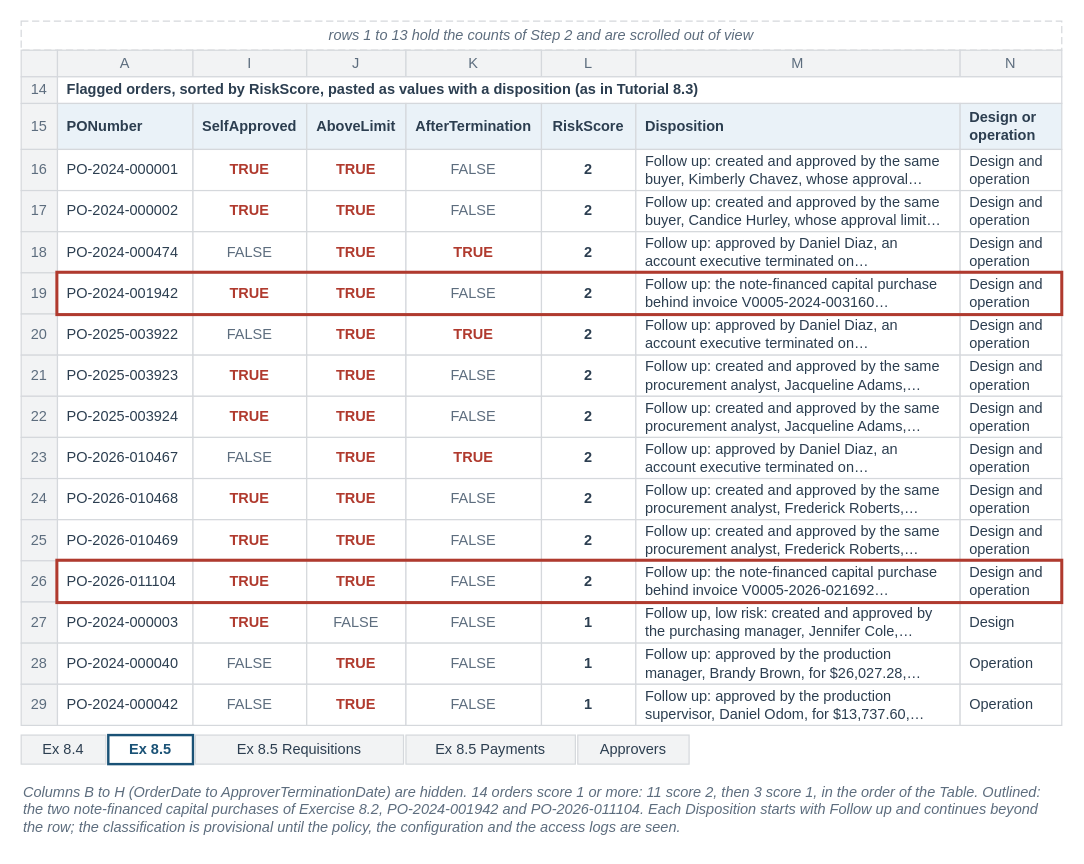
Before: facts/instructor/figures/chapter-08-audit-analytics/IF-08-5-B.drawio in mmcodesso/Accounting_Analytics_Book, a draw.io diagram. Source tidied: cells renumbered, new cells numbered last; positions are measured from the earlier drawing's top-left corner, leaving out a move shared by most shapes. Both pictures are drawn from the tidied source at 121%, with x=0, y=0 at pixel (21, 21).
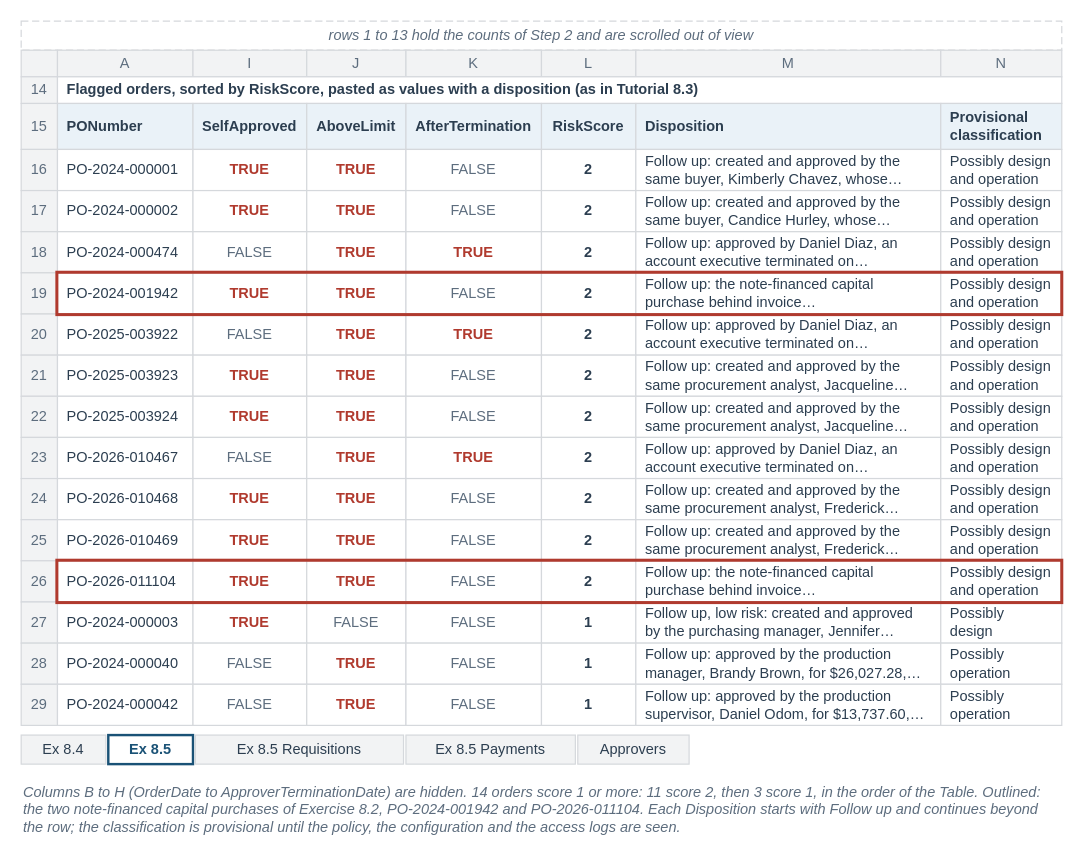
After the change.

What changed in the source:
```diff
@@
     <mxCell id="10" value="M" style="rounded=0;arcSize=6;whiteSpace=wrap;html=1;fillColor=#F2F3F4;strokeColor=#D5D8DC;strokeWidth=1;fontColor=#5D6D7E;fontSize=12;fontStyle=0;align=center;verticalAlign=middle;fontFamily=Helvetica;spacingLeft=6;spacingRight=6;" parent="1" vertex="1">
-      <mxGeometry x="508" y="24" width="268" height="22" as="geometry" />
+      <mxGeometry x="508" y="24" width="252" height="22" as="geometry" />
     </mxCell>
     <mxCell id="11" value="N" style="rounded=0;arcSize=6;whiteSpace=wrap;html=1;fillColor=#F2F3F4;strokeColor=#D5D8DC;strokeWidth=1;fontColor=#5D6D7E;fontSize=12;fontStyle=0;align=center;verticalAlign=middle;fontFamily=Helvetica;spacingLeft=6;spacingRight=6;" parent="1" vertex="1">
-      <mxGeometry x="776" y="24" width="84" height="22" as="geometry" />
+      <mxGeometry x="760" y="24" width="100" height="22" as="geometry" />
     </mxCell>
@@
     <mxCell id="20" value="&lt;b&gt;Disposition&lt;/b&gt;" style="rounded=0;arcSize=6;whiteSpace=wrap;html=1;fillColor=#EAF2F8;strokeColor=#D5D8DC;strokeWidth=1;fontColor=#2C3E50;fontSize=12;fontStyle=0;align=left;verticalAlign=middle;fontFamily=Helvetica;spacingLeft=6;spacingRight=6;" parent="1" vertex="1">
-      <mxGeometry x="508" y="68" width="268" height="38" as="geometry" />
+      <mxGeometry x="508" y="68" width="252" height="38" as="geometry" />
     </mxCell>
-    <mxCell id="21" value="&lt;b&gt;Design or&lt;br&gt;operation&lt;/b&gt;" style="rounded=0;arcSize=6;whiteSpace=wrap;html=1;fillColor=#EAF2F8;strokeColor=#D5D8DC;strokeWidth=1;fontColor=#2C3E50;fontSize=12;fontStyle=0;align=left;verticalAlign=middle;fontFamily=Helvetica;spacingLeft=6;spacingRight=6;" parent="1" vertex="1">
-      <mxGeometry x="776" y="68" width="84" height="38" as="geometry" />
+    <mxCell id="21" value="&lt;b&gt;Provisional&lt;br&gt;classification&lt;/b&gt;" style="rounded=0;arcSize=6;whiteSpace=wrap;html=1;fillColor=#EAF2F8;strokeColor=#D5D8DC;strokeWidth=1;fontColor=#2C3E50;fontSize=12;fontStyle=0;align=left;verticalAlign=middle;fontFamily=Helvetica;spacingLeft=6;spacingRight=6;" parent="1" vertex="1">
+      <mxGeometry x="760" y="68" width="100" height="38" as="geometry" />
     </mxCell>
@@
-    <mxCell id="28" value="Follow up: created and approved by the same&lt;br&gt;buyer, Kimberly Chavez, whose approval…" style="rounded=0;arcSize=6;whiteSpace=wrap;html=1;fillColor=#FFFFFF;strokeColor=#D5D8DC;strokeWidth=1;fontColor=#2C3E50;fontSize=12;fontStyle=0;align=left;verticalAlign=middle;fontFamily=Helvetica;spacingLeft=6;spacingRight=6;" parent="1" vertex="1">
-      <mxGeometry x="508" y="106" width="268" height="34" as="geometry" />
+    <mxCell id="28" value="Follow up: created and approved by the&lt;br&gt;same buyer, Kimberly Chavez, whose…" style="rounded=0;arcSize=6;whiteSpace=wrap;html=1;fillColor=#FFFFFF;strokeColor=#D5D8DC;strokeWidth=1;fontColor=#2C3E50;fontSize=12;fontStyle=0;align=left;verticalAlign=middle;fontFamily=Helvetica;spacingLeft=6;spacingRight=6;" parent="1" vertex="1">
+      <mxGeometry x="508" y="106" width="252" height="34" as="geometry" />
     </mxCell>
-    <mxCell id="29" value="Design and&lt;br&gt;operation" style="rounded=0;arcSize=6;whiteSpace=wrap;html=1;fillColor=#FFFFFF;strokeColor=#D5D8DC;strokeWidth=1;fontColor=#2C3E50;fontSize=12;fontStyle=0;align=left;verticalAlign=middle;fontFamily=Helvetica;spacingLeft=6;spacingRight=6;" parent="1" vertex="1">
-      <mxGeometry x="776" y="106" width="84" height="34" as="geometry" />
+    <mxCell id="29" value="Possibly design&lt;br&gt;and operation" style="rounded=0;arcSize=6;whiteSpace=wrap;html=1;fillColor=#FFFFFF;strokeColor=#D5D8DC;strokeWidth=1;fontColor=#2C3E50;fontSize=12;fontStyle=0;align=left;verticalAlign=middle;fontFamily=Helvetica;spacingLeft=6;spacingRight=6;" parent="1" vertex="1">
+      <mxGeometry x="760" y="106" width="100" height="34" as="geometry" />
     </mxCell>
@@
-    <mxCell id="36" value="Follow up: created and approved by the same&lt;br&gt;buyer, Candice Hurley, whose approval limit…" style="rounded=0;arcSize=6;whiteSpace=wrap;html=1;fillColor=#FFFFFF;strokeColor=#D5D8DC;strokeWidth=1;fontColor=#2C3E50;fontSize=12;fontStyle=0;align=left;verticalAlign=middle;fontFamily=Helvetica;spacingLeft=6;spacingRight=6;" parent="1" vertex="1">
-      <mxGeometry x="508" y="140" width="268" height="34" as="geometry" />
+    <mxCell id="36" value="Follow up: created and approved by the&lt;br&gt;same buyer, Candice Hurley, whose…" style="rounded=0;arcSize=6;whiteSpace=wrap;html=1;fillColor=#FFFFFF;strokeColor=#D5D8DC;strokeWidth=1;fontColor=#2C3E50;fontSize=12;fontStyle=0;align=left;verticalAlign=middle;fontFamily=Helvetica;spacingLeft=6;spacingRight=6;" parent="1" vertex="1">
+      <mxGeometry x="508" y="140" width="252" height="34" as="geometry" />
     </mxCell>
-    <mxCell id="37" value="Design and&lt;br&gt;operation" style="rounded=0;arcSize=6;whiteSpace=wrap;html=1;fillColor=#FFFFFF;strokeColor=#D5D8DC;strokeWidth=1;fontColor=#2C3E50;fontSize=12;fontStyle=0;align=left;verticalAlign=middle;fontFamily=Helvetica;spacingLeft=6;spacingRight=6;" parent="1" vertex="1">
-      <mxGeometry x="776" y="140" width="84" height="34" as="geometry" />
+    <mxCell id="37" value="Possibly design&lt;br&gt;and operation" style="rounded=0;arcSize=6;whiteSpace=wrap;html=1;fillColor=#FFFFFF;strokeColor=#D5D8DC;strokeWidth=1;fontColor=#2C3E50;fontSize=12;fontStyle=0;align=left;verticalAlign=middle;fontFamily=Helvetica;spacingLeft=6;spacingRight=6;" parent="1" vertex="1">
+      <mxGeometry x="760" y="140" width="100" height="34" as="geometry" />
     </mxCell>
@@
     <mxCell id="44" value="Follow up: approved by Daniel Diaz, an&lt;br&gt;account executive terminated on…" style="rounded=0;arcSize=6;whiteSpace=wrap;html=1;fillColor=#FFFFFF;strokeColor=#D5D8DC;strokeWidth=1;fontColor=#2C3E50;fontSize=12;fontStyle=0;align=left;verticalAlign=middle;fontFamily=Helvetica;spacingLeft=6;spacingRight=6;" parent="1" vertex="1">
-      <mxGeometry x="508" y="174" width="268" height="34" as="geometry" />
+      <mxGeometry x="508" y="174" width="252" height="34" as="geometry" />
     </mxCell>
-    <mxCell id="45" value="Design and&lt;br&gt;operation" style="rounded=0;arcSize=6;whiteSpace=wrap;html=1;fillColor=#FFFFFF;strokeColor=#D5D8DC;strokeWidth=1;fontColor=#2C3E50;fontSize=12;fontStyle=0;align=left;verticalAlign=middle;fontFamily=Helvetica;spacingLeft=6;spacingRight=6;" parent="1" vertex="1">
-      <mxGeometry x="776" y="174" width="84" height="34" as="geometry" />
+    <mxCell id="45" value="Possibly design&lt;br&gt;and operation" style="rounded=0;arcSize=6;whiteSpace=wrap;html=1;fillColor=#FFFFFF;strokeColor=#D5D8DC;strokeWidth=1;fontColor=#2C3E50;fontSize=12;fontStyle=0;align=left;verticalAlign=middle;fontFamily=Helvetica;spacingLeft=6;spacingRight=6;" parent="1" vertex="1">
+      <mxGeometry x="760" y="174" width="100" height="34" as="geometry" />
     </mxCell>
@@
-    <mxCell id="52" value="Follow up: the note-financed capital purchase&lt;br&gt;behind invoice V0005-2024-003160…" style="rounded=0;arcSize=6;whiteSpace=wrap;html=1;fillColor=#FFFFFF;strokeColor=#D5D8DC;strokeWidth=1;fontColor=#2C3E50;fontSize=12;fontStyle=0;align=left;verticalAlign=middle;fontFamily=Helvetica;spacingLeft=6;spacingRight=6;" parent="1" vertex="1">
-      <mxGeometry x="508" y="208" width="268" height="34" as="geometry" />
+    <mxCell id="52" value="Follow up: the note-financed capital&lt;br&gt;purchase behind invoice…" style="rounded=0;arcSize=6;whiteSpace=wrap;html=1;fillColor=#FFFFFF;strokeColor=#D5D8DC;strokeWidth=1;fontColor=#2C3E50;fontSize=12;fontStyle=0;align=left;verticalAlign=middle;fontFamily=Helvetica;spacingLeft=6;spacingRight=6;" parent="1" vertex="1">
+      <mxGeometry x="508" y="208" width="252" height="34" as="geometry" />
     </mxCell>
-    <mxCell id="53" value="Design and&lt;br&gt;operation" style="rounded=0;arcSize=6;whiteSpace=wrap;html=1;fillColor=#FFFFFF;strokeColor=#D5D8DC;strokeWidth=1;fontColor=#2C3E50;fontSize=12;fontStyle=0;align=left;verticalAlign=middle;fontFamily=Helvetica;spacingLeft=6;spacingRight=6;" parent="1" vertex="1">
-      <mxGeometry x="776" y="208" width="84" height="34" as="geometry" />
+    <mxCell id="53" value="Possibly design&lt;br&gt;and operation" style="rounded=0;arcSize=6;whiteSpace=wrap;html=1;fillColor=#FFFFFF;strokeColor=#D5D8DC;strokeWidth=1;fontColor=#2C3E50;fontSize=12;fontStyle=0;align=left;verticalAlign=middle;fontFamily=Helvetica;spacingLeft=6;spacingRight=6;" parent="1" vertex="1">
+      <mxGeometry x="760" y="208" width="100" height="34" as="geometry" />
     </mxCell>
@@
     <mxCell id="60" value="Follow up: approved by Daniel Diaz, an&lt;br&gt;account executive terminated on…" style="rounded=0;arcSize=6;whiteSpace=wrap;html=1;fillColor=#FFFFFF;strokeColor=#D5D8DC;strokeWidth=1;fontColor=#2C3E50;fontSize=12;fontStyle=0;align=left;verticalAlign=middle;fontFamily=Helvetica;spacingLeft=6;spacingRight=6;" parent="1" vertex="1">
-      <mxGeometry x="508" y="242" width="268" height="34" as="geometry" />
+      <mxGeometry x="508" y="242" width="252" height="34" as="geometry" />
     </mxCell>
-    <mxCell id="61" value="Design and&lt;br&gt;operation" style="rounded=0;arcSize=6;whiteSpace=wrap;html=1;fillColor=#FFFFFF;strokeColor=#D5D8DC;strokeWidth=1;fontColor=#2C3E50;fontSize=12;fontStyle=0;align=left;verticalAlign=middle;fontFamily=Helvetica;spacingLeft=6;spacingRight=6;" parent="1" vertex="1">
-      <mxGeometry x="776" y="242" width="84" height="34" as="geometry" />
+    <mxCell id="61" value="Possibly design&lt;br&gt;and operation" style="rounded=0;arcSize=6;whiteSpace=wrap;html=1;fillColor=#FFFFFF;strokeColor=#D5D8DC;strokeWidth=1;fontColor=#2C3E50;fontSize=12;fontStyle=0;align=left;verticalAlign=middle;fontFamily=Helvetica;spacingLeft=6;spacingRight=6;" parent="1" vertex="1">
+      <mxGeometry x="760" y="242" width="100" height="34" as="geometry" />
     </mxCell>
@@
-    <mxCell id="68" value="Follow up: created and approved by the same&lt;br&gt;procurement analyst, Jacqueline Adams,…" style="rounded=0;arcSize=6;whiteSpace=wrap;html=1;fillColor=#FFFFFF;strokeColor=#D5D8DC;strokeWidth=1;fontColor=#2C3E50;fontSize=12;fontStyle=0;align=left;verticalAlign=middle;fontFamily=Helvetica;spacingLeft=6;spacingRight=6;" parent="1" vertex="1">
-      <mxGeometry x="508" y="276" width="268" height="34" as="geometry" />
+    <mxCell id="68" value="Follow up: created and approved by the&lt;br&gt;same procurement analyst, Jacqueline…" style="rounded=0;arcSize=6;whiteSpace=wrap;html=1;fillColor=#FFFFFF;strokeColor=#D5D8DC;strokeWidth=1;fontColor=#2C3E50;fontSize=12;fontStyle=0;align=left;verticalAlign=middle;fontFamily=Helvetica;spacingLeft=6;spacingRight=6;" parent="1" vertex="1">
+      <mxGeometry x="508" y="276" width="252" height="34" as="geometry" />
     </mxCell>
-    <mxCell id="69" value="Design and&lt;br&gt;operation" style="rounded=0;arcSize=6;whiteSpace=wrap;html=1;fillColor=#FFFFFF;strokeColor=#D5D8DC;strokeWidth=1;fontColor=#2C3E50;fontSize=12;fontStyle=0;align=left;verticalAlign=middle;fontFamily=Helvetica;spacingLeft=6;spacingRight=6;" parent="1" vertex="1">
-      <mxGeometry x="776" y="276" width="84" height="34" as="geometry" />
+    <mxCell id="69" value="Possibly design&lt;br&gt;and operation" style="rounded=0;arcSize=6;whiteSpace=wrap;html=1;fillColor=#FFFFFF;strokeColor=#D5D8DC;strokeWidth=1;fontColor=#2C3E50;fontSize=12;fontStyle=0;align=left;verticalAlign=middle;fontFamily=Helvetica;spacingLeft=6;spacingRight=6;" parent="1" vertex="1">
+      <mxGeometry x="760" y="276" width="100" height="34" as="geometry" />
     </mxCell>
@@
-    <mxCell id="76" value="Follow up: created and approved by the same&lt;br&gt;procurement analyst, Jacqueline Adams,…" style="rounded=0;arcSize=6;whiteSpace=wrap;html=1;fillColor=#FFFFFF;strokeColor=#D5D8DC;strokeWidth=1;fontColor=#2C3E50;fontSize=12;fontStyle=0;align=left;verticalAlign=middle;fontFamily=Helvetica;spacingLeft=6;spacingRight=6;" parent="1" vertex="1">
-      <mxGeometry x="508" y="310" width="268" height="34" as="geometry" />
+    <mxCell id="76" value="Follow up: created and approved by the&lt;br&gt;same procurement analyst, Jacqueline…" style="rounded=0;arcSize=6;whiteSpace=wrap;html=1;fillColor=#FFFFFF;strokeColor=#D5D8DC;strokeWidth=1;fontColor=#2C3E50;fontSize=12;fontStyle=0;align=left;verticalAlign=middle;fontFamily=Helvetica;spacingLeft=6;spacingRight=6;" parent="1" vertex="1">
+      <mxGeometry x="508" y="310" width="252" height="34" as="geometry" />
     </mxCell>
-    <mxCell id="77" value="Design and&lt;br&gt;operation" style="rounded=0;arcSize=6;whiteSpace=wrap;html=1;fillColor=#FFFFFF;strokeColor=#D5D8DC;strokeWidth=1;fontColor=#2C3E50;fontSize=12;fontStyle=0;align=left;verticalAlign=middle;fontFamily=Helvetica;spacingLeft=6;spacingRight=6;" parent="1" vertex="1">
-      <mxGeometry x="776" y="310" width="84" height="34" as="geometry" />
+    <mxCell id="77" value="Possibly design&lt;br&gt;and operation" style="rounded=0;arcSize=6;whiteSpace=wrap;html=1;fillColor=#FFFFFF;strokeColor=#D5D8DC;strokeWidth=1;fontColor=#2C3E50;fontSize=12;fontStyle=0;align=left;verticalAlign=middle;fontFamily=Helvetica;spacingLeft=6;spacingRight=6;" parent="1" vertex="1">
+      <mxGeometry x="760" y="310" width="100" height="34" as="geometry" />
     </mxCell>
@@
     <mxCell id="84" value="Follow up: approved by Daniel Diaz, an&lt;br&gt;account executive terminated on…" style="rounded=0;arcSize=6;whiteSpace=wrap;html=1;fillColor=#FFFFFF;strokeColor=#D5D8DC;strokeWidth=1;fontColor=#2C3E50;fontSize=12;fontStyle=0;align=left;verticalAlign=middle;fontFamily=Helvetica;spacingLeft=6;spacingRight=6;" parent="1" vertex="1">
-      <mxGeometry x="508" y="344" width="268" height="34" as="geometry" />
+      <mxGeometry x="508" y="344" width="252" height="34" as="geometry" />
     </mxCell>
-    <mxCell id="85" value="Design and&lt;br&gt;operation" style="rounded=0;arcSize=6;whiteSpace=wrap;html=1;fillColor=#FFFFFF;strokeColor=#D5D8DC;strokeWidth=1;fontColor=#2C3E50;fontSize=12;fontStyle=0;align=left;verticalAlign=middle;fontFamily=Helvetica;spacingLeft=6;spacingRight=6;" parent="1" vertex="1">
-      <mxGeometry x="776" y="344" width="84" height="34" as="geometry" />
+    <mxCell id="85" value="Possibly design&lt;br&gt;and operation" style="rounded=0;arcSize=6;whiteSpace=wrap;html=1;fillColor=#FFFFFF;strokeColor=#D5D8DC;strokeWidth=1;fontColor=#2C3E50;fontSize=12;fontStyle=0;align=left;verticalAlign=middle;fontFamily=Helvetica;spacingLeft=6;spacingRight=6;" parent="1" vertex="1">
+      <mxGeometry x="760" y="344" width="100" height="34" as="geometry" />
     </mxCell>
@@
-    <mxCell id="92" value="Follow up: created and approved by the same&lt;br&gt;procurement analyst, Frederick Roberts,…" style="rounded=0;arcSize=6;whiteSpace=wrap;html=1;fillColor=#FFFFFF;strokeColor=#D5D8DC;strokeWidth=1;fontColor=#2C3E50;fontSize=12;fontStyle=0;align=left;verticalAlign=middle;fontFamily=Helvetica;spacingLeft=6;spacingRight=6;" parent="1" vertex="1">
-      <mxGeometry x="508" y="378" width="268" height="34" as="geometry" />
+    <mxCell id="92" value="Follow up: created and approved by the&lt;br&gt;same procurement analyst, Frederick…" style="rounded=0;arcSize=6;whiteSpace=wrap;html=1;fillColor=#FFFFFF;strokeColor=#D5D8DC;strokeWidth=1;fontColor=#2C3E50;fontSize=12;fontStyle=0;align=left;verticalAlign=middle;fontFamily=Helvetica;spacingLeft=6;spacingRight=6;" parent="1" vertex="1">
+      <mxGeometry x="508" y="378" width="252" height="34" as="geometry" />
     </mxCell>
-    <mxCell id="93" value="Design and&lt;br&gt;operation" style="rounded=0;arcSize=6;whiteSpace=wrap;html=1;fillColor=#FFFFFF;strokeColor=#D5D8DC;strokeWidth=1;fontColor=#2C3E50;fontSize=12;fontStyle=0;align=left;verticalAlign=middle;fontFamily=Helvetica;spacingLeft=6;spacingRight=6;" parent="1" vertex="1">
-      <mxGeometry x="776" y="378" width="84" height="34" as="geometry" />
+    <mxCell id="93" value="Possibly design&lt;br&gt;and operation" style="rounded=0;arcSize=6;whiteSpace=wrap;html=1;fillColor=#FFFFFF;strokeColor=#D5D8DC;strokeWidth=1;fontColor=#2C3E50;fontSize=12;fontStyle=0;align=left;verticalAlign=middle;fontFamily=Helvetica;spacingLeft=6;spacingRight=6;" parent="1" vertex="1">
+      <mxGeometry x="760" y="378" width="100" height="34" as="geometry" />
     </mxCell>
@@
-    <mxCell id="100" value="Follow up: created and approved by the same&lt;br&gt;procurement analyst, Frederick Roberts,…" style="rounded=0;arcSize=6;whiteSpace=wrap;html=1;fillColor=#FFFFFF;strokeColor=#D5D8DC;strokeWidth=1;fontColor=#2C3E50;fontSize=12;fontStyle=0;align=left;verticalAlign=middle;fontFamily=Helvetica;spacingLeft=6;spacingRight=6;" parent="1" vertex="1">
-      <mxGeometry x="508" y="412" width="268" height="34" as="geometry" />
+    <mxCell id="100" value="Follow up: created and approved by the&lt;br&gt;same procurement analyst, Frederick…" style="rounded=0;arcSize=6;whiteSpace=wrap;html=1;fillColor=#FFFFFF;strokeColor=#D5D8DC;strokeWidth=1;fontColor=#2C3E50;fontSize=12;fontStyle=0;align=left;verticalAlign=middle;fontFamily=Helvetica;spacingLeft=6;spacingRight=6;" parent="1" vertex="1">
+      <mxGeometry x="508" y="412" width="252" height="34" as="geometry" />
     </mxCell>
-    <mxCell id="101" value="Design and&lt;br&gt;operation" style="rounded=0;arcSize=6;whiteSpace=wrap;html=1;fillColor=#FFFFFF;strokeColor=#D5D8DC;strokeWidth=1;fontColor=#2C3E50;fontSize=12;fontStyle=0;align=left;verticalAlign=middle;fontFamily=Helvetica;spacingLeft=6;spacingRight=6;" parent="1" vertex="1">
-      <mxGeometry x="776" y="412" width="84" height="34" as="geometry" />
+    <mxCell id="101" value="Possibly design&lt;br&gt;and operation" style="rounded=0;arcSize=6;whiteSpace=wrap;html=1;fillColor=#FFFFFF;strokeColor=#D5D8DC;strokeWidth=1;fontColor=#2C3E50;fontSize=12;fontStyle=0;align=left;verticalAlign=middle;fontFamily=Helvetica;spacingLeft=6;spacingRight=6;" parent="1" vertex="1">
+      <mxGeometry x="760" y="412" width="100" height="34" as="geometry" />
     </mxCell>
@@
-    <mxCell id="108" value="Follow up: the note-financed capital purchase&lt;br&gt;behind invoice V0005-2026-021692…" style="rounded=0;arcSize=6;whiteSpace=wrap;html=1;fillColor=#FFFFFF;strokeColor=#D5D8DC;strokeWidth=1;fontColor=#2C3E50;fontSize=12;fontStyle=0;align=left;verticalAlign=middle;fontFamily=Helvetica;spacingLeft=6;spacingRight=6;" parent="1" vertex="1">
-      <mxGeometry x="508" y="446" width="268" height="34" as="geometry" />
+    <mxCell id="108" value="Follow up: the note-financed capital&lt;br&gt;purchase behind invoice…" style="rounded=0;arcSize=6;whiteSpace=wrap;html=1;fillColor=#FFFFFF;strokeColor=#D5D8DC;strokeWidth=1;fontColor=#2C3E50;fontSize=12;fontStyle=0;align=left;verticalAlign=middle;fontFamily=Helvetica;spacingLeft=6;spacingRight=6;" parent="1" vertex="1">
+      <mxGeometry x="508" y="446" width="252" height="34" as="geometry" />
     </mxCell>
-    <mxCell id="109" value="Design and&lt;br&gt;operation" style="rounded=0;arcSize=6;whiteSpace=wrap;html=1;fillColor=#FFFFFF;strokeColor=#D5D8DC;strokeWidth=1;fontColor=#2C3E50;fontSize=12;fontStyle=0;align=left;verticalAlign=middle;fontFamily=Helvetica;spacingLeft=6;spacingRight=6;" parent="1" vertex="1">
-      <mxGeometry x="776" y="446" width="84" height="34" as="geometry" />
+    <mxCell id="109" value="Possibly design&lt;br&gt;and operation" style="rounded=0;arcSize=6;whiteSpace=wrap;html=1;fillColor=#FFFFFF;strokeColor=#D5D8DC;strokeWidth=1;fontColor=#2C3E50;fontSize=12;fontStyle=0;align=left;verticalAlign=middle;fontFamily=Helvetica;spacingLeft=6;spacingRight=6;" parent="1" vertex="1">
+      <mxGeometry x="760" y="446" width="100" height="34" as="geometry" />
     </mxCell>
@@
-    <mxCell id="116" value="Follow up, low risk: created and approved by&lt;br&gt;the purchasing manager, Jennifer Cole,…" style="rounded=0;arcSize=6;whiteSpace=wrap;html=1;fillColor=#FFFFFF;strokeColor=#D5D8DC;strokeWidth=1;fontColor=#2C3E50;fontSize=12;fontStyle=0;align=left;verticalAlign=middle;fontFamily=Helvetica;spacingLeft=6;spacingRight=6;" parent="1" vertex="1">
-      <mxGeometry x="508" y="480" width="268" height="34" as="geometry" />
+    <mxCell id="116" value="Follow up, low risk: created and approved&lt;br&gt;by the purchasing manager, Jennifer…" style="rounded=0;arcSize=6;whiteSpace=wrap;html=1;fillColor=#FFFFFF;strokeColor=#D5D8DC;strokeWidth=1;fontColor=#2C3E50;fontSize=12;fontStyle=0;align=left;verticalAlign=middle;fontFamily=Helvetica;spacingLeft=6;spacingRight=6;" parent="1" vertex="1">
+      <mxGeometry x="508" y="480" width="252" height="34" as="geometry" />
     </mxCell>
-    <mxCell id="117" value="Design" style="rounded=0;arcSize=6;whiteSpace=wrap;html=1;fillColor=#FFFFFF;strokeColor=#D5D8DC;strokeWidth=1;fontColor=#2C3E50;fontSize=12;fontStyle=0;align=left;verticalAlign=middle;fontFamily=Helvetica;spacingLeft=6;spacingRight=6;" parent="1" vertex="1">
-      <mxGeometry x="776" y="480" width="84" height="34" as="geometry" />
+    <mxCell id="117" value="Possibly&lt;br&gt;design" style="rounded=0;arcSize=6;whiteSpace=wrap;html=1;fillColor=#FFFFFF;strokeColor=#D5D8DC;strokeWidth=1;fontColor=#2C3E50;fontSize=12;fontStyle=0;align=left;verticalAlign=middle;fontFamily=Helvetica;spacingLeft=6;spacingRight=6;" parent="1" vertex="1">
+      <mxGeometry x="760" y="480" width="100" height="34" as="geometry" />
     </mxCell>
@@
     <mxCell id="124" value="Follow up: approved by the production&lt;br&gt;manager, Brandy Brown, for $26,027.28,…" style="rounded=0;arcSize=6;whiteSpace=wrap;html=1;fillColor=#FFFFFF;strokeColor=#D5D8DC;strokeWidth=1;fontColor=#2C3E50;fontSize=12;fontStyle=0;align=left;verticalAlign=middle;fontFamily=Helvetica;spacingLeft=6;spacingRight=6;" parent="1" vertex="1">
-      <mxGeometry x="508" y="514" width="268" height="34" as="geometry" />
+      <mxGeometry x="508" y="514" width="252" height="34" as="geometry" />
     </mxCell>
-    <mxCell id="125" value="Operation" style="rounded=0;arcSize=6;whiteSpace=wrap;html=1;fillColor=#FFFFFF;strokeColor=#D5D8DC;strokeWidth=1;fontColor=#2C3E50;fontSize=12;fontStyle=0;align=left;verticalAlign=middle;fontFamily=Helvetica;spacingLeft=6;spacingRight=6;" parent="1" vertex="1">
-      <mxGeometry x="776" y="514" width="84" height="34" as="geometry" />
+    <mxCell id="125" value="Possibly&lt;br&gt;operation" style="rounded=0;arcSize=6;whiteSpace=wrap;html=1;fillColor=#FFFFFF;strokeColor=#D5D8DC;strokeWidth=1;fontColor=#2C3E50;fontSize=12;fontStyle=0;align=left;verticalAlign=middle;fontFamily=Helvetica;spacingLeft=6;spacingRight=6;" parent="1" vertex="1">
+      <mxGeometry x="760" y="514" width="100" height="34" as="geometry" />
     </mxCell>
@@
     <mxCell id="132" value="Follow up: approved by the production&lt;br&gt;supervisor, Daniel Odom, for $13,737.60,…" style="rounded=0;arcSize=6;whiteSpace=wrap;html=1;fillColor=#FFFFFF;strokeColor=#D5D8DC;strokeWidth=1;fontColor=#2C3E50;fontSize=12;fontStyle=0;align=left;verticalAlign=middle;fontFamily=Helvetica;spacingLeft=6;spacingRight=6;" parent="1" vertex="1">
-      <mxGeometry x="508" y="548" width="268" height="34" as="geometry" />
+      <mxGeometry x="508" y="548" width="252" height="34" as="geometry" />
     </mxCell>
-    <mxCell id="133" value="Operation" style="rounded=0;arcSize=6;whiteSpace=wrap;html=1;fillColor=#FFFFFF;strokeColor=#D5D8DC;strokeWidth=1;fontColor=#2C3E50;fontSize=12;fontStyle=0;align=left;verticalAlign=middle;fontFamily=Helvetica;spacingLeft=6;spacingRight=6;" parent="1" vertex="1">
-      <mxGeometry x="776" y="548" width="84" height="34" as="geometry" />
+    <mxCell id="133" value="Possibly&lt;br&gt;operation" style="rounded=0;arcSize=6;whiteSpace=wrap;html=1;fillColor=#FFFFFF;strokeColor=#D5D8DC;strokeWidth=1;fontColor=#2C3E50;fontSize=12;fontStyle=0;align=left;verticalAlign=middle;fontFamily=Helvetica;spacingLeft=6;spacingRight=6;" parent="1" vertex="1">
+      <mxGeometry x="760" y="548" width="100" height="34" as="geometry" />
     </mxCell>
```
